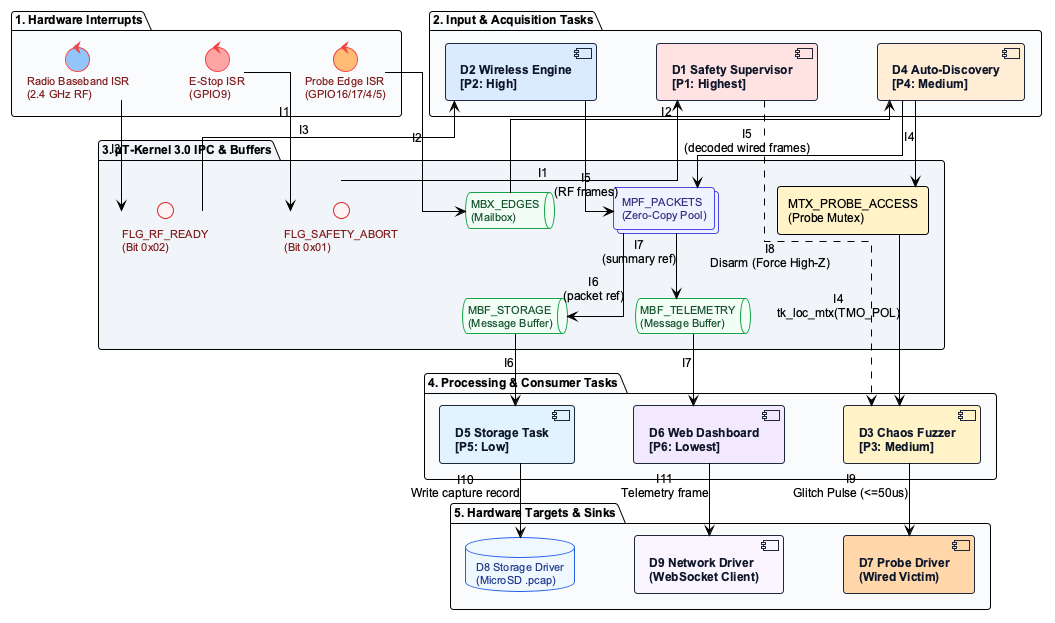
This is diagrams/task_interaction.png from adoreblvnk/whattheflip, a PlantUML export, as it was before one commit.
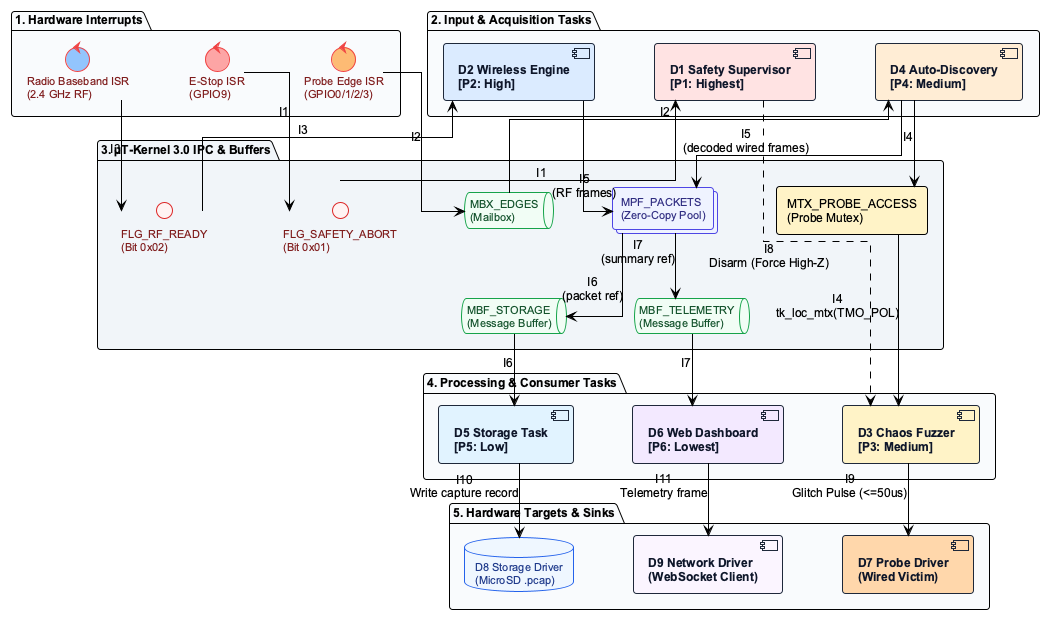
Later version of the same file.

Commit message:
fix(design): correct probe GPIO numbers and add annotated pinout

Change to the diagram source:
```diff
@@ -54,7 +54,7 @@
 
 package "1. Hardware Interrupts" as PKG_HW #F8FAFC {
     control "E-Stop ISR\n(GPIO9)" as ISR_EStop #FCA5A5
-    control "Probe Edge ISR\n(GPIO16/17/4/5)" as ISR_Probe #FDBA74
+    control "Probe Edge ISR\n(GPIO0/1/2/3)" as ISR_Probe #FDBA74
     control "Radio Baseband ISR\n(2.4 GHz RF)" as ISR_Radio #93C5FD
 }
 
```
